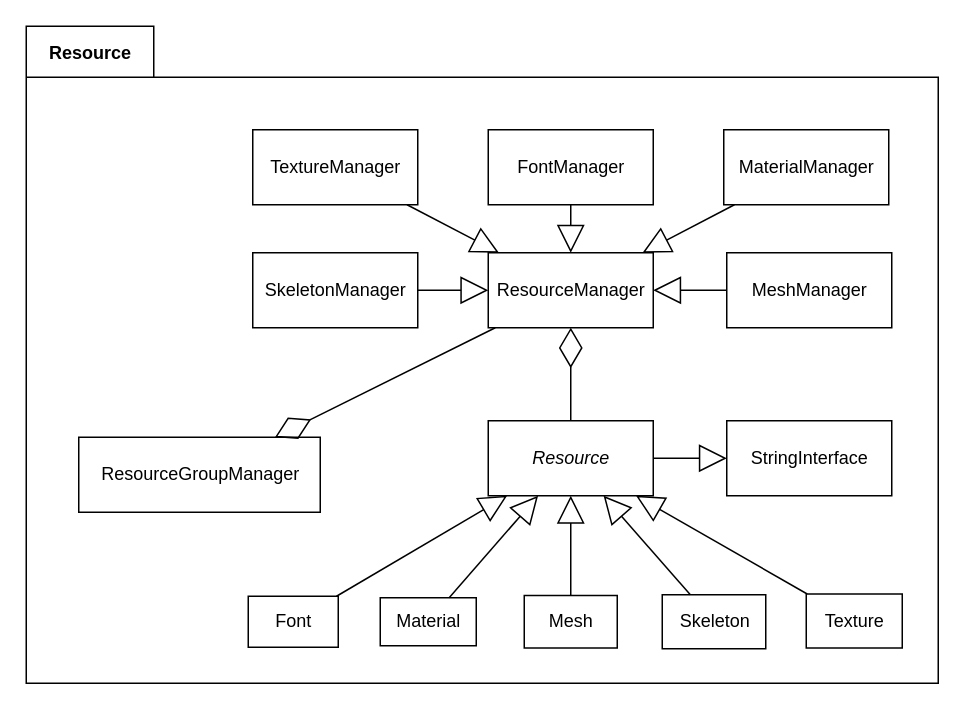
The draw.io diagram page "Page-1" (1 of 3) of Ogre/Ogre资源模块.drawio in VistorJeff/Knowledge, before the edit. Source tidied: cells renumbered, new cells numbered last; positions are measured from the earlier drawing's top-left corner, leaving out a move shared by most shapes. Both pictures are drawn from the tidied source at 150%, with x=0, y=0 at pixel (26, 26).
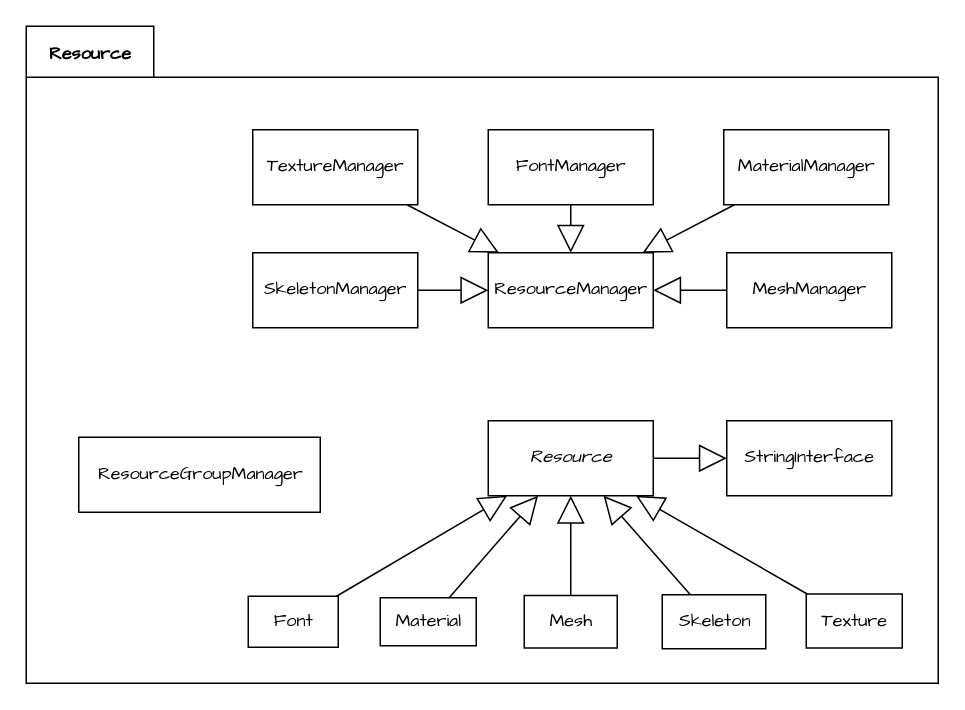
After the change.

Diff of the diagram source:
```diff
@@
-    <mxCell id="2" style="shape=folder;fontStyle=1;spacingTop=10;tabWidth=85;tabHeight=34;tabPosition=left;html=1;" parent="1" vertex="1">
+    <mxCell id="2" style="shape=folder;fontStyle=1;spacingTop=10;tabWidth=85;tabHeight=34;tabPosition=left;html=1;fontFamily=Comic Sans MS;" parent="1" vertex="1">
       <mxGeometry width="608" height="438" as="geometry" />
     </mxCell>
-    <mxCell id="3" value="Resource" style="html=1;fontStyle=2;" parent="1" vertex="1">
+    <mxCell id="3" value="Resource" style="html=1;fontStyle=2;fontFamily=Comic Sans MS;" parent="1" vertex="1">
       <mxGeometry x="308" y="263" width="110" height="50" as="geometry" />
     </mxCell>
-    <mxCell id="4" value="Font" style="html=1;" parent="1" vertex="1">
+    <mxCell id="4" value="Font" style="html=1;fontFamily=Comic Sans MS;" parent="1" vertex="1">
       <mxGeometry x="148" y="380" width="60" height="34" as="geometry" />
     </mxCell>
-    <mxCell id="5" value="Material" style="html=1;" parent="1" vertex="1">
+    <mxCell id="5" value="Material" style="html=1;fontFamily=Comic Sans MS;" parent="1" vertex="1">
       <mxGeometry x="236" y="381" width="64" height="32" as="geometry" />
     </mxCell>
-    <mxCell id="6" value="Mesh" style="html=1;" parent="1" vertex="1">
+    <mxCell id="6" value="Mesh" style="html=1;fontFamily=Comic Sans MS;" parent="1" vertex="1">
       <mxGeometry x="332" y="379.5" width="62" height="35" as="geometry" />
     </mxCell>
-    <mxCell id="7" value="Skeleton" style="html=1;" parent="1" vertex="1">
+    <mxCell id="7" value="Skeleton" style="html=1;fontFamily=Comic Sans MS;" parent="1" vertex="1">
       <mxGeometry x="424" y="379" width="69" height="36" as="geometry" />
     </mxCell>
-    <mxCell id="8" value="Texture" style="html=1;" parent="1" vertex="1">
+    <mxCell id="8" value="Texture" style="html=1;fontFamily=Comic Sans MS;" parent="1" vertex="1">
       <mxGeometry x="520" y="378.5" width="64" height="36" as="geometry" />
     </mxCell>
-    <mxCell id="9" style="endArrow=block;endSize=16;endFill=0;html=1;" parent="1" edge="1" source="4" target="3">
+    <mxCell id="9" style="endArrow=block;endSize=16;endFill=0;html=1;fontFamily=Comic Sans MS;" parent="1" edge="1" source="4" target="3">
       <mxGeometry relative="1" as="geometry" />
     </mxCell>
-    <mxCell id="10" style="endArrow=block;endSize=16;endFill=0;html=1;" parent="1" edge="1" source="5" target="3">
+    <mxCell id="10" style="endArrow=block;endSize=16;endFill=0;html=1;fontFamily=Comic Sans MS;" parent="1" edge="1" source="5" target="3">
       <mxGeometry relative="1" as="geometry" />
     </mxCell>
-    <mxCell id="11" style="endArrow=block;endSize=16;endFill=0;html=1;" parent="1" edge="1" source="6" target="3">
+    <mxCell id="11" style="endArrow=block;endSize=16;endFill=0;html=1;fontFamily=Comic Sans MS;" parent="1" edge="1" source="6" target="3">
       <mxGeometry relative="1" as="geometry" />
     </mxCell>
-    <mxCell id="12" style="endArrow=block;endSize=16;endFill=0;html=1;" parent="1" edge="1" source="7" target="3">
+    <mxCell id="12" style="endArrow=block;endSize=16;endFill=0;html=1;fontFamily=Comic Sans MS;" parent="1" edge="1" source="7" target="3">
       <mxGeometry relative="1" as="geometry" />
     </mxCell>
-    <mxCell id="13" style="endArrow=block;endSize=16;endFill=0;html=1;" parent="1" edge="1" source="8" target="3">
+    <mxCell id="13" style="endArrow=block;endSize=16;endFill=0;html=1;fontFamily=Comic Sans MS;" parent="1" edge="1" source="8" target="3">
       <mxGeometry relative="1" as="geometry" />
     </mxCell>
-    <mxCell id="14" value="ResourceManager" style="html=1;" parent="1" vertex="1">
+    <mxCell id="14" value="ResourceManager" style="html=1;fontFamily=Comic Sans MS;" parent="1" vertex="1">
       <mxGeometry x="308" y="151" width="110" height="50" as="geometry" />
     </mxCell>
-    <mxCell id="15" value="FontManager" style="html=1;" parent="1" vertex="1">
+    <mxCell id="15" value="FontManager" style="html=1;fontFamily=Comic Sans MS;" parent="1" vertex="1">
       <mxGeometry x="308" y="69" width="110" height="50" as="geometry" />
     </mxCell>
-    <mxCell id="16" value="MaterialManager" style="html=1;" parent="1" vertex="1">
+    <mxCell id="16" value="MaterialManager" style="html=1;fontFamily=Comic Sans MS;" parent="1" vertex="1">
       <mxGeometry x="465" y="69" width="110" height="50" as="geometry" />
     </mxCell>
-    <mxCell id="17" value="MeshManager" style="html=1;" parent="1" vertex="1">
+    <mxCell id="17" value="MeshManager" style="html=1;fontFamily=Comic Sans MS;" parent="1" vertex="1">
       <mxGeometry x="467" y="151" width="110" height="50" as="geometry" />
     </mxCell>
-    <mxCell id="18" value="SkeletonManager" style="html=1;" parent="1" vertex="1">
+    <mxCell id="18" value="SkeletonManager" style="html=1;fontFamily=Comic Sans MS;" parent="1" vertex="1">
       <mxGeometry x="151" y="151" width="110" height="50" as="geometry" />
     </mxCell>
-    <mxCell id="19" value="TextureManager" style="html=1;" parent="1" vertex="1">
+    <mxCell id="19" value="TextureManager" style="html=1;fontFamily=Comic Sans MS;" parent="1" vertex="1">
       <mxGeometry x="151" y="69" width="110" height="50" as="geometry" />
     </mxCell>
-    <mxCell id="20" style="endArrow=block;endSize=16;endFill=0;html=1;" parent="1" edge="1" source="19" target="14">
+    <mxCell id="20" style="endArrow=block;endSize=16;endFill=0;html=1;fontFamily=Comic Sans MS;" parent="1" edge="1" source="19" target="14">
       <mxGeometry relative="1" as="geometry" />
     </mxCell>
-    <mxCell id="21" style="endArrow=block;endSize=16;endFill=0;html=1;" parent="1" edge="1" source="18" target="14">
+    <mxCell id="21" style="endArrow=block;endSize=16;endFill=0;html=1;fontFamily=Comic Sans MS;" parent="1" edge="1" source="18" target="14">
       <mxGeometry relative="1" as="geometry" />
     </mxCell>
-    <mxCell id="22" style="endArrow=block;endSize=16;endFill=0;html=1;" parent="1" edge="1" source="15" target="14">
+    <mxCell id="22" style="endArrow=block;endSize=16;endFill=0;html=1;fontFamily=Comic Sans MS;" parent="1" edge="1" source="15" target="14">
       <mxGeometry relative="1" as="geometry" />
     </mxCell>
-    <mxCell id="23" style="endArrow=block;endSize=16;endFill=0;html=1;" parent="1" edge="1" source="16" target="14">
+    <mxCell id="23" style="endArrow=block;endSize=16;endFill=0;html=1;fontFamily=Comic Sans MS;" parent="1" edge="1" source="16" target="14">
       <mxGeometry relative="1" as="geometry" />
     </mxCell>
-    <mxCell id="24" style="endArrow=block;endSize=16;endFill=0;html=1;" parent="1" edge="1" source="17" target="14">
+    <mxCell id="24" style="endArrow=block;endSize=16;endFill=0;html=1;fontFamily=Comic Sans MS;" parent="1" edge="1" source="17" target="14">
       <mxGeometry relative="1" as="geometry" />
     </mxCell>
-    <mxCell id="25" value="StringInterface" style="html=1;" parent="1" vertex="1">
+    <mxCell id="25" value="StringInterface" style="html=1;fontFamily=Comic Sans MS;" parent="1" vertex="1">
       <mxGeometry x="467" y="263" width="110" height="50" as="geometry" />
     </mxCell>
-    <mxCell id="26" style="endArrow=block;endSize=16;endFill=0;html=1;" parent="1" edge="1" source="3" target="25">
+    <mxCell id="26" style="endArrow=block;endSize=16;endFill=0;html=1;fontFamily=Comic Sans MS;" parent="1" edge="1" source="3" target="25">
       <mxGeometry relative="1" as="geometry" />
     </mxCell>
-    <mxCell id="27" value="Resource" style="text;align=center;fontStyle=1;verticalAlign=middle;spacingLeft=3;spacingRight=3;strokeColor=none;" parent="1" vertex="1">
+    <mxCell id="27" value="Resource" style="text;align=center;fontStyle=1;verticalAlign=middle;spacingLeft=3;spacingRight=3;strokeColor=none;fontFamily=Comic Sans MS;" parent="1" vertex="1">
       <mxGeometry x="3" y="4" width="80" height="26" as="geometry" />
     </mxCell>
-    <mxCell id="28" value="ResourceGroupManager" style="html=1;" parent="1" vertex="1">
+    <mxCell id="28" value="ResourceGroupManager" style="html=1;fontFamily=Comic Sans MS;" parent="1" vertex="1">
       <mxGeometry x="35" y="274" width="161" height="50" as="geometry" />
     </mxCell>
-    <mxCell id="29" style="endArrow=diamondThin;endFill=0;endSize=24;html=1;" parent="1" edge="1" source="14" target="28">
-      <mxGeometry relative="1" as="geometry" />
-    </mxCell>
-    <mxCell id="30" style="endArrow=diamondThin;endFill=0;endSize=24;html=1;" parent="1" edge="1" source="3" target="14">
-      <mxGeometry relative="1" as="geometry" />
-    </mxCell>
```
